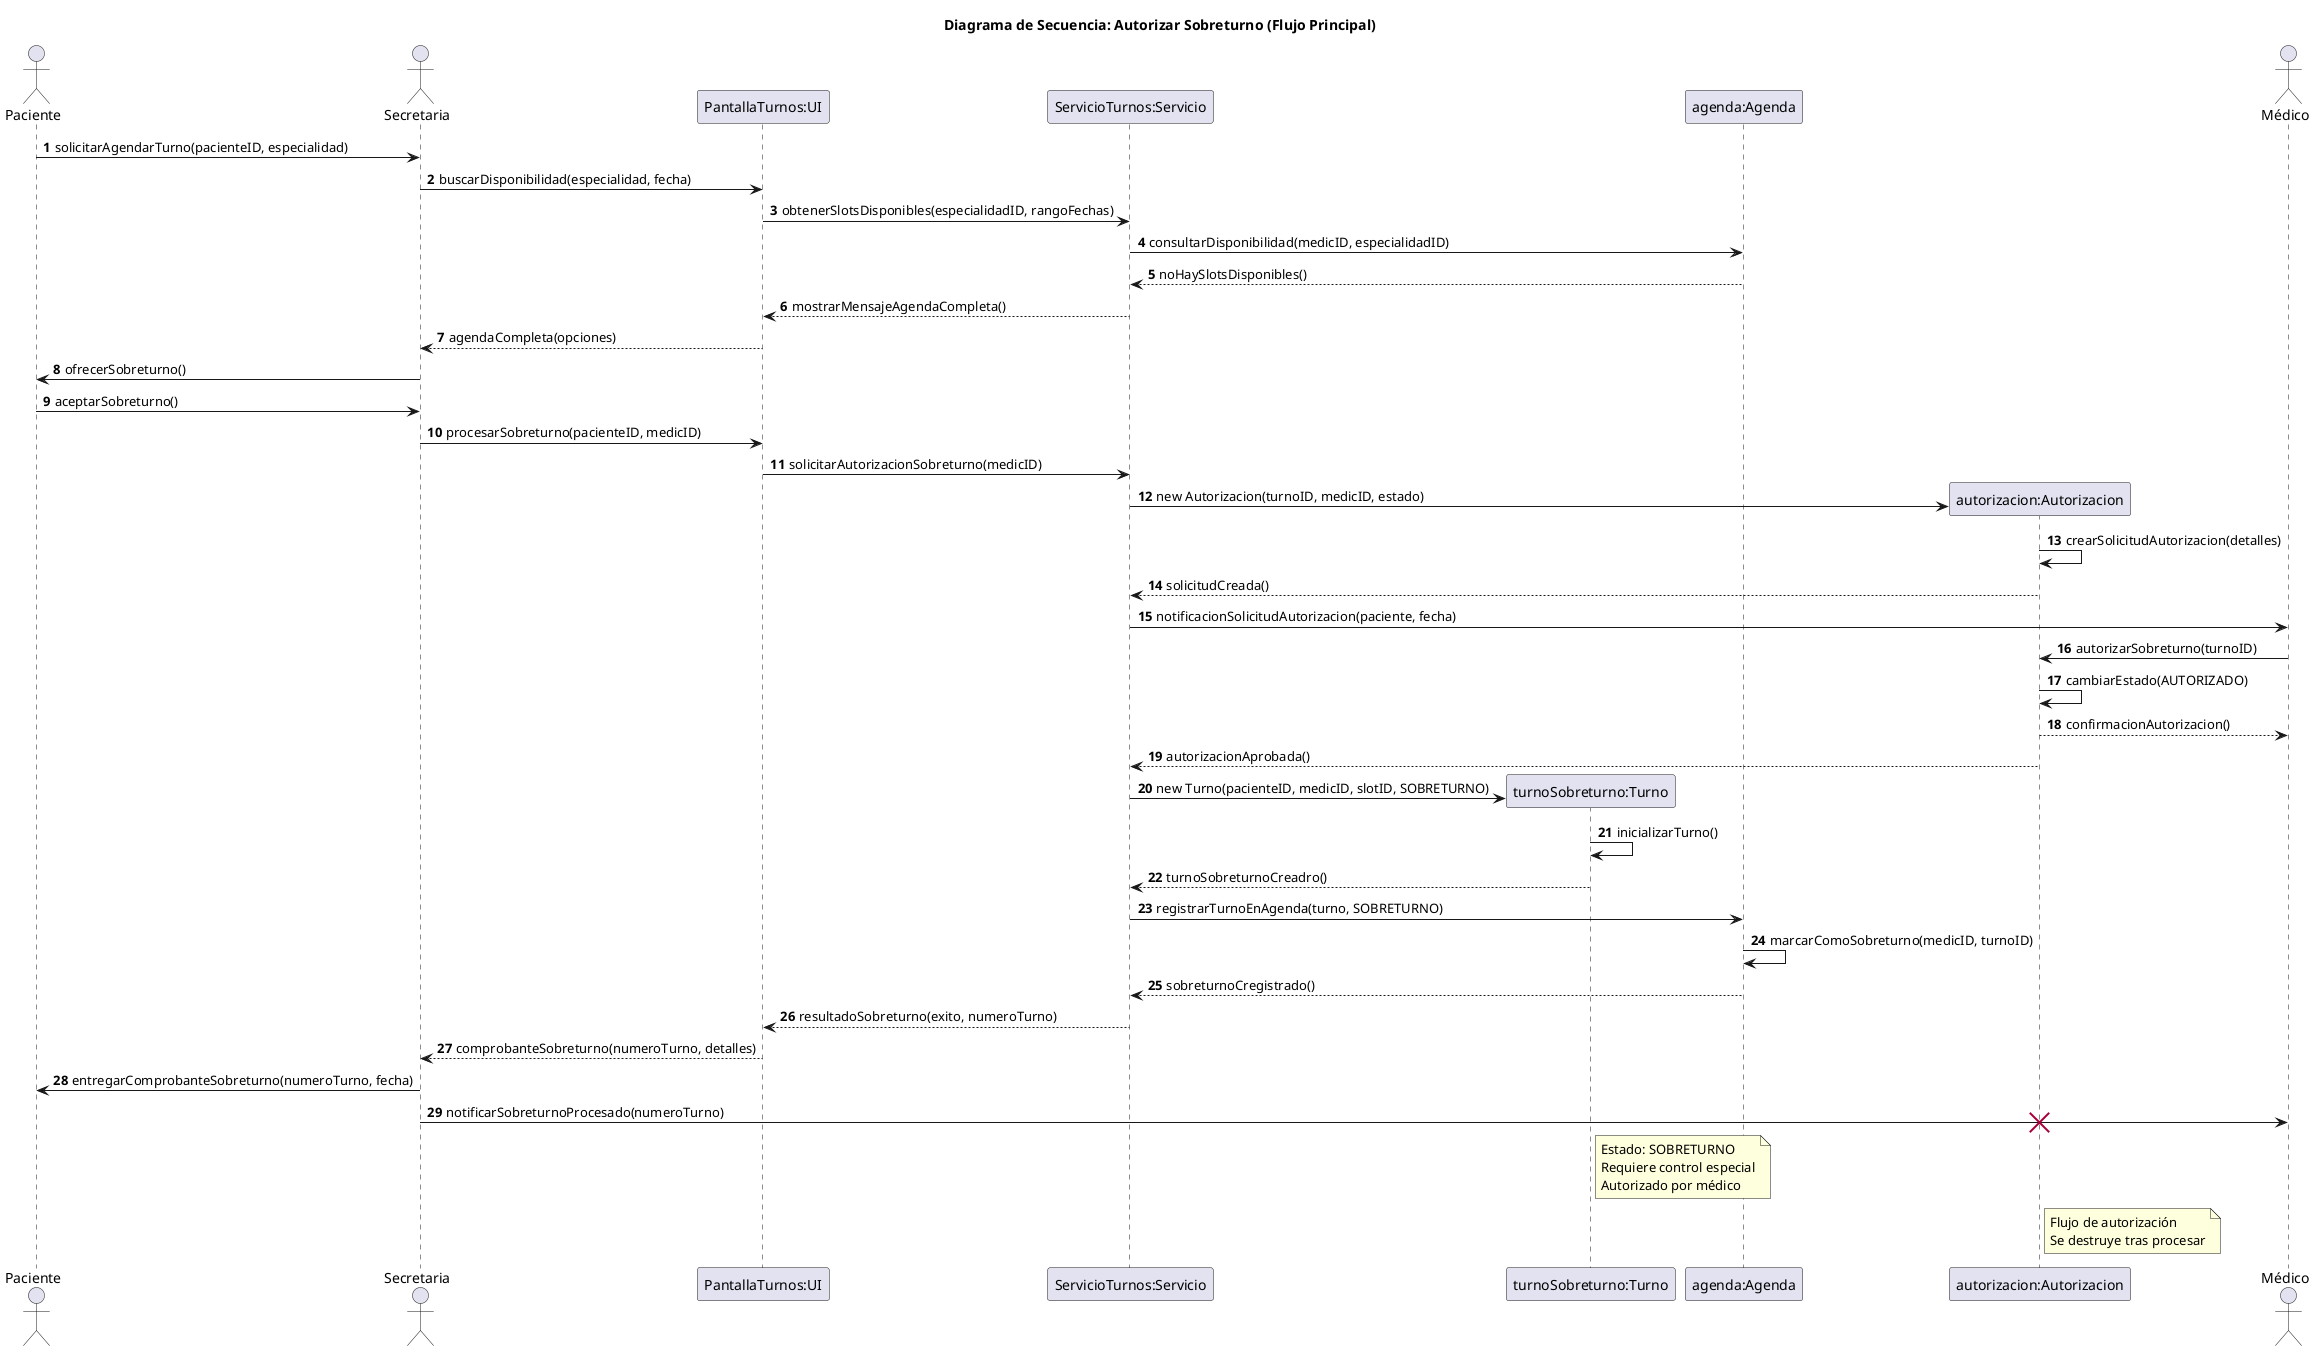
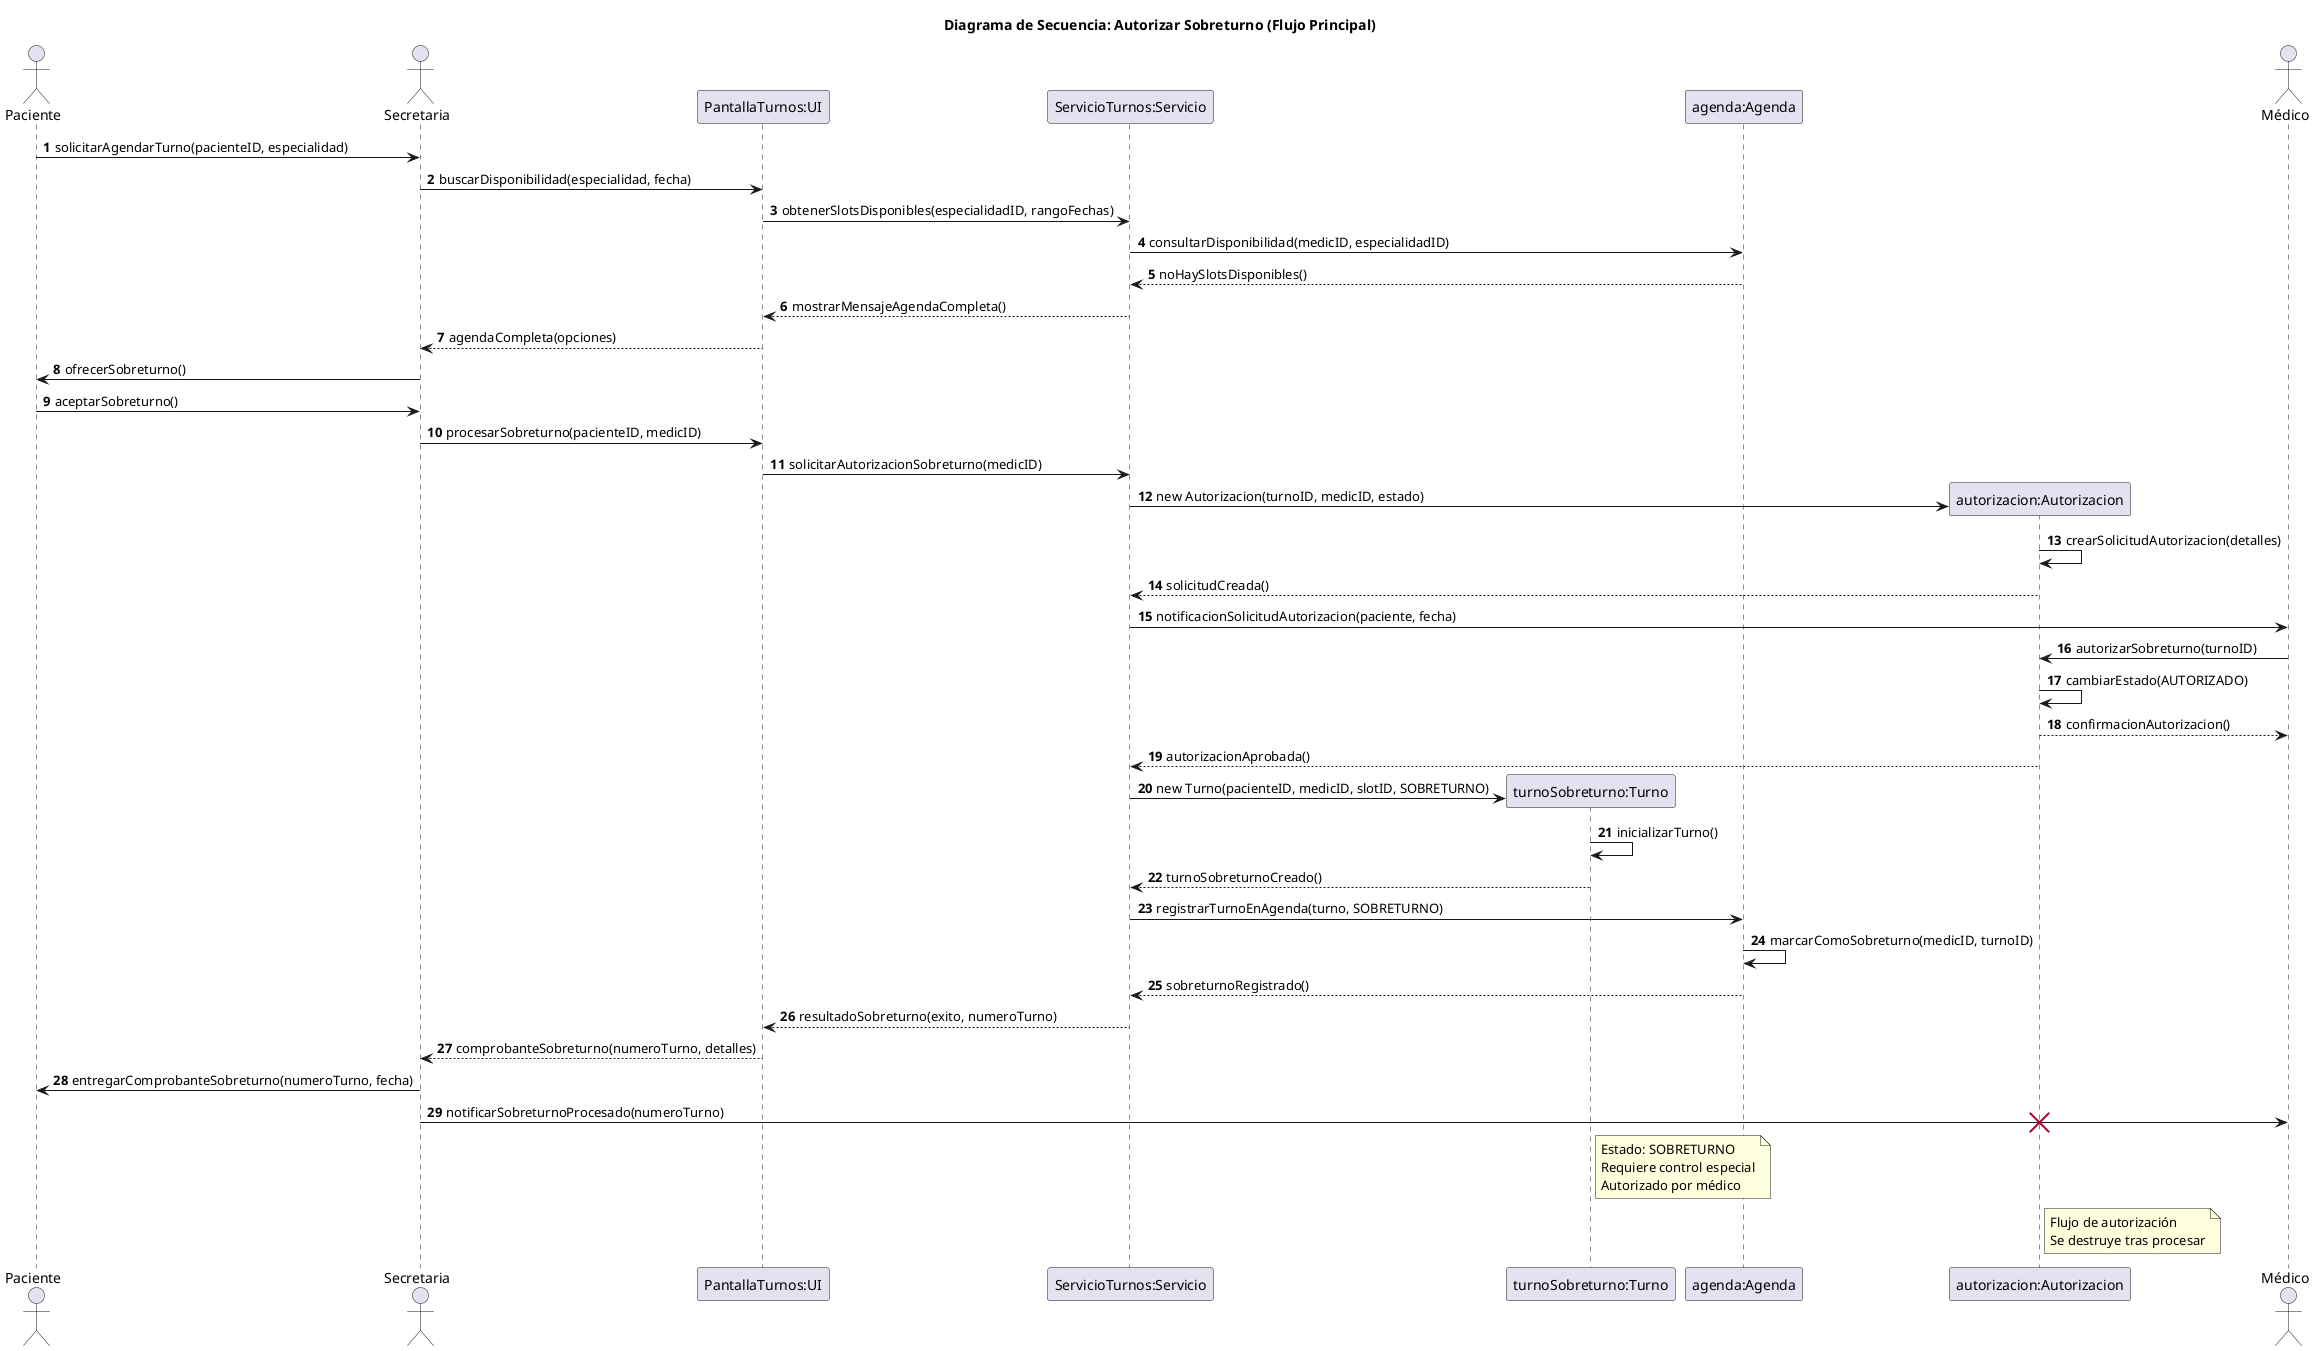
@startuml 05-secuencia-autorizar-sobreturno-flujo-principal-04
title Diagrama de Secuencia: Autorizar Sobreturno (Flujo Principal)

actor Paciente
actor Secretaria
participant "PantallaTurnos:UI" as UI
participant "ServicioTurnos:Servicio" as Servicio
participant "turnoSobreturno:Turno" as Turno
participant "agenda:Agenda" as Agenda
participant "autorizacion:Autorizacion" as Auth
actor Médico

autonumber

Paciente -> Secretaria: solicitarAgendarTurno(pacienteID, especialidad)
Secretaria -> UI: buscarDisponibilidad(especialidad, fecha)
UI -> Servicio: obtenerSlotsDisponibles(especialidadID, rangoFechas)
Servicio -> Agenda: consultarDisponibilidad(medicID, especialidadID)
Agenda --> Servicio: noHaySlotsDisponibles()
Servicio --> UI: mostrarMensajeAgendaCompleta()
UI --> Secretaria: agendaCompleta(opciones)
Secretaria -> Paciente: ofrecerSobreturno()
Paciente -> Secretaria: aceptarSobreturno()
Secretaria -> UI: procesarSobreturno(pacienteID, medicID)
UI -> Servicio: solicitarAutorizacionSobreturno(medicID)
create Auth
Servicio -> Auth: new Autorizacion(turnoID, medicID, estado)
Auth -> Auth: crearSolicitudAutorizacion(detalles)
Auth --> Servicio: solicitudCreada()
Servicio -> Médico: notificacionSolicitudAutorizacion(paciente, fecha)
Médico -> Auth: autorizarSobreturno(turnoID)
Auth -> Auth: cambiarEstado(AUTORIZADO)
Auth --> Médico: confirmacionAutorizacion()
Auth --> Servicio: autorizacionAprobada()
create Turno
Servicio -> Turno: new Turno(pacienteID, medicID, slotID, SOBRETURNO)
Turno -> Turno: inicializarTurno()
- Turno --> Servicio: turnoSobreturnoCreadro()
+ Turno --> Servicio: turnoSobreturnoCreado()
Servicio -> Agenda: registrarTurnoEnAgenda(turno, SOBRETURNO)
Agenda -> Agenda: marcarComoSobreturno(medicID, turnoID)
- Agenda --> Servicio: sobreturnoCregistrado()
+ Agenda --> Servicio: sobreturnoRegistrado()
Servicio --> UI: resultadoSobreturno(exito, numeroTurno)
UI --> Secretaria: comprobanteSobreturno(numeroTurno, detalles)
Secretaria -> Paciente: entregarComprobanteSobreturno(numeroTurno, fecha)
Secretaria -> Médico: notificarSobreturnoProcesado(numeroTurno)

note right of Turno
  Estado: SOBRETURNO
  Requiere control especial
  Autorizado por médico
end note

note right of Auth
  Flujo de autorización
  Se destruye tras procesar
end note

destroy Auth

@enduml
